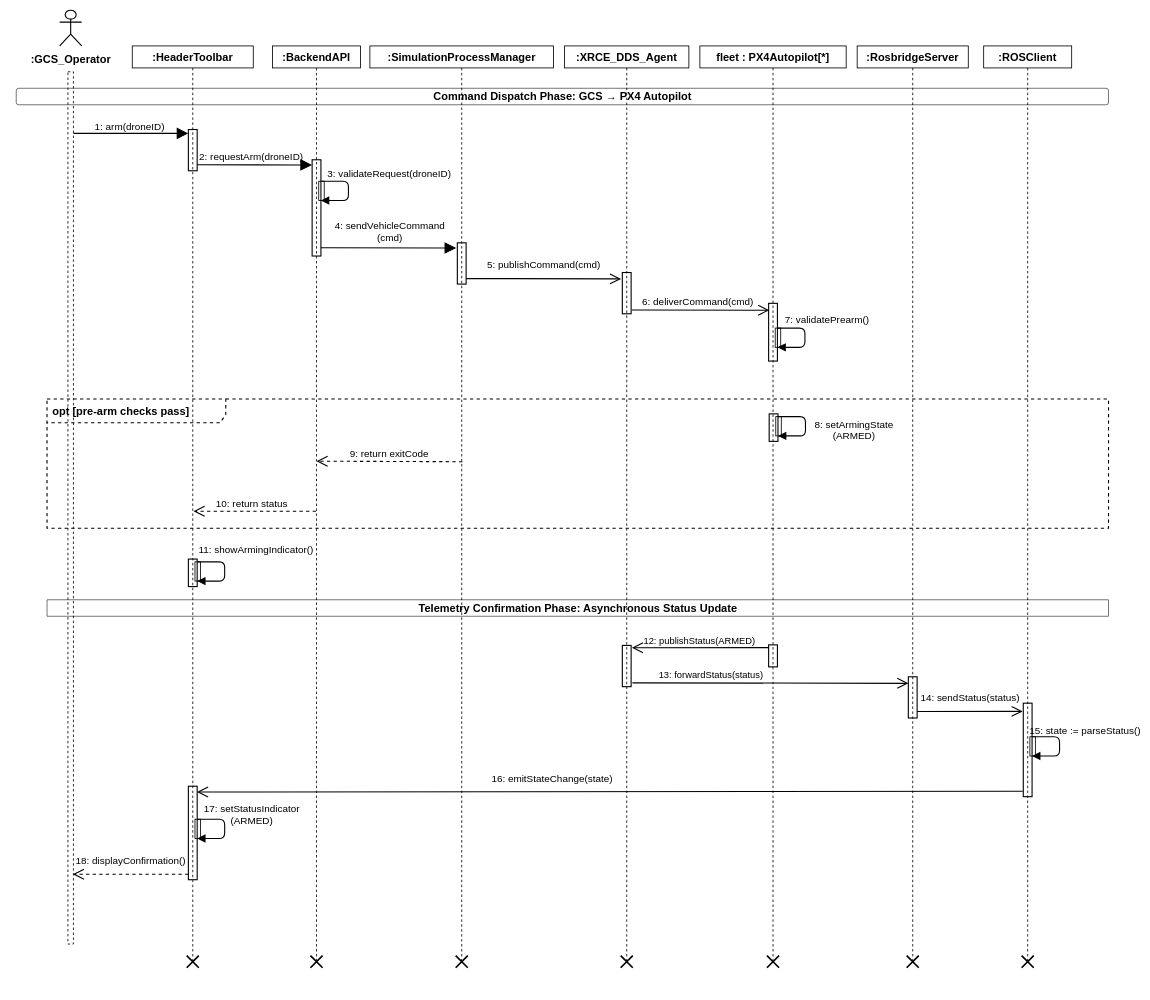
This is 13_sequence_command.drawio from syedmohammad611/diagrams, a draw.io file, before an edit. Source tidied: cells renumbered, new cells numbered last; positions are measured from the earlier drawing's top-left corner, leaving out a move shared by most shapes. Both pictures are drawn from the tidied source at 55%, with x=0, y=0 at pixel (16, 10).
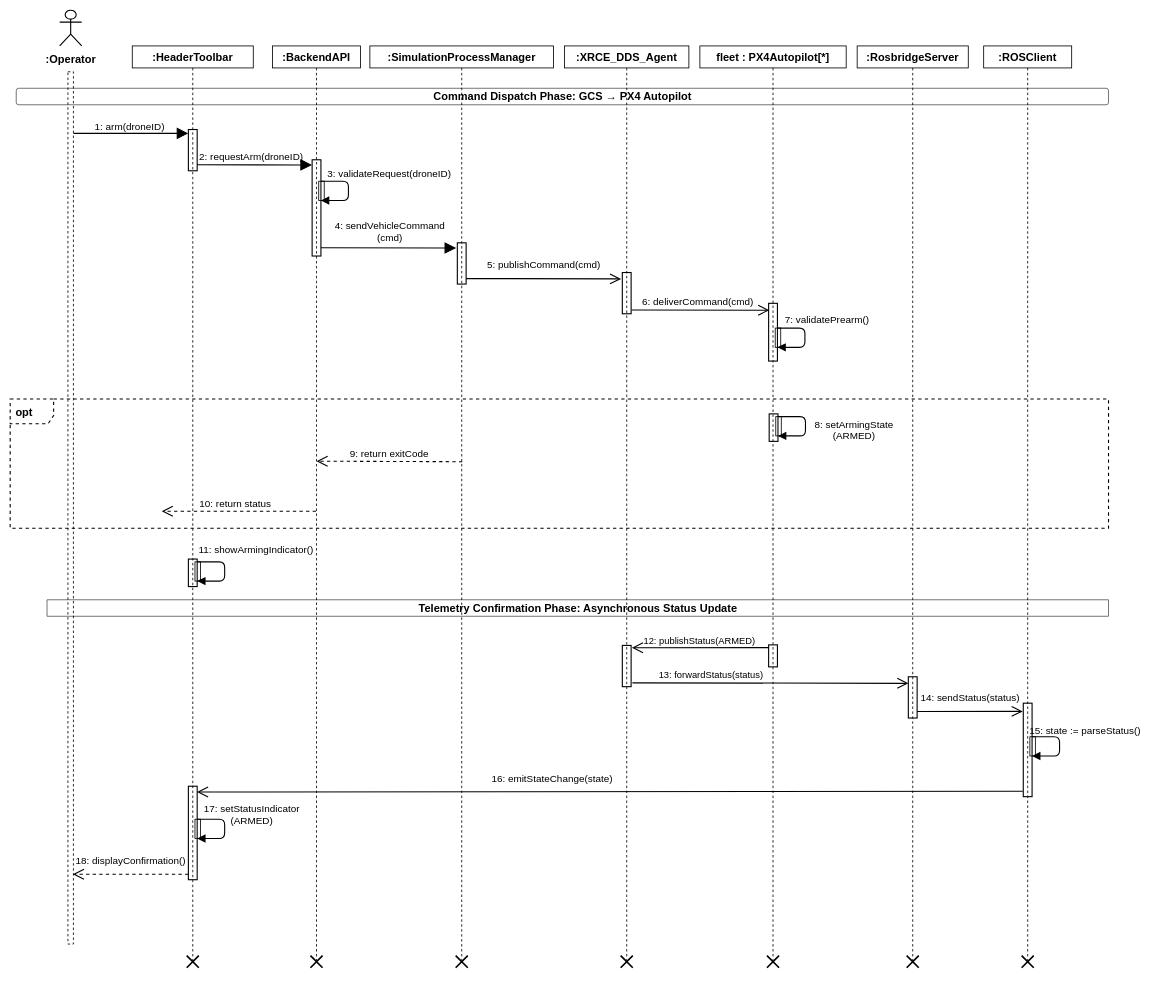
The same page after the edit.

Diff of the diagram source:
```diff
@@
-<mxGraphModel>
+<mxGraphModel background="#ffffff">
@@
-    <mxCell id="3" value="&lt;b&gt;&lt;font style=&quot;font-size: 20px;&quot;&gt;:GCS_Operator&lt;/font&gt;&lt;/b&gt;" style="shape=umlActor;html=1;fillColor=none;strokeColor=#000000;strokeWidth=2;fontFamily=Helvetica;fontColor=#000000;fontSize=15;fontStyle=1;verticalLabelPosition=bottom;verticalAlign=top;spacingTop=6;" parent="1" vertex="1">
+    <mxCell id="3" value="&lt;b&gt;&lt;font style=&quot;font-size: 20px;&quot;&gt;:Operator&lt;/font&gt;&lt;/b&gt;" style="shape=umlActor;html=1;fillColor=none;strokeColor=#000000;strokeWidth=2;fontFamily=Helvetica;fontColor=#000000;fontSize=15;fontStyle=1;verticalLabelPosition=bottom;verticalAlign=top;spacingTop=6;" parent="1" vertex="1">
       <mxGeometry x="79" width="40" height="65" as="geometry" />
     </mxCell>
@@
-    <mxCell id="43" value="&lt;b&gt;&lt;font style=&quot;font-size: 20px;&quot;&gt;opt [pre-arm checks pass]&lt;/font&gt;&lt;/b&gt;" style="shape=umlFrame;whiteSpace=wrap;html=1;width=325;height=43;boundedLbl=1;verticalAlign=middle;align=left;spacingLeft=8;fillColor=none;strokeColor=#000000;dashed=1;fontColor=#000000;fontFamily=Helvetica;fontSize=15;strokeWidth=2;fontStyle=1;" parent="1" vertex="1">
-      <mxGeometry x="56" y="707" width="1930" height="235" as="geometry" />
+    <mxCell id="43" value="&lt;b&gt;&lt;font style=&quot;font-size: 20px;&quot;&gt;opt&lt;/font&gt;&lt;/b&gt;" style="shape=umlFrame;whiteSpace=wrap;html=1;width=79;height=45;boundedLbl=1;verticalAlign=middle;align=left;spacingLeft=8;fillColor=none;strokeColor=#000000;dashed=1;fontColor=#000000;fontFamily=Helvetica;fontSize=15;strokeWidth=2;fontStyle=1;" parent="1" vertex="1">
+      <mxGeometry x="-11" y="707" width="1997" height="235" as="geometry" />
     </mxCell>
```
